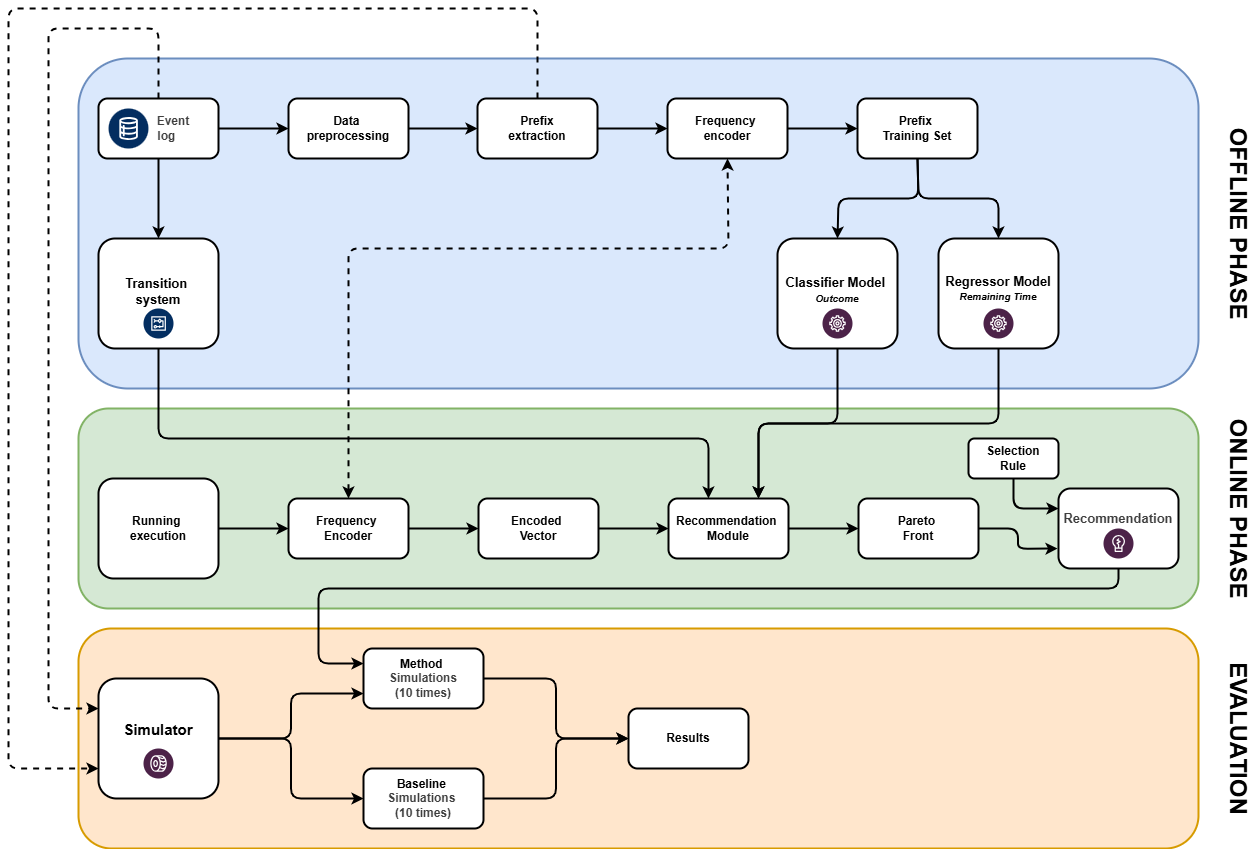
Above: multi_obj/diagramma.drawio.png in danielegelmini/Code (draw.io), before the change. Source tidied: cells renumbered, new cells last; positions are measured from the earlier drawing's top-left corner, leaving out a move shared by most shapes.
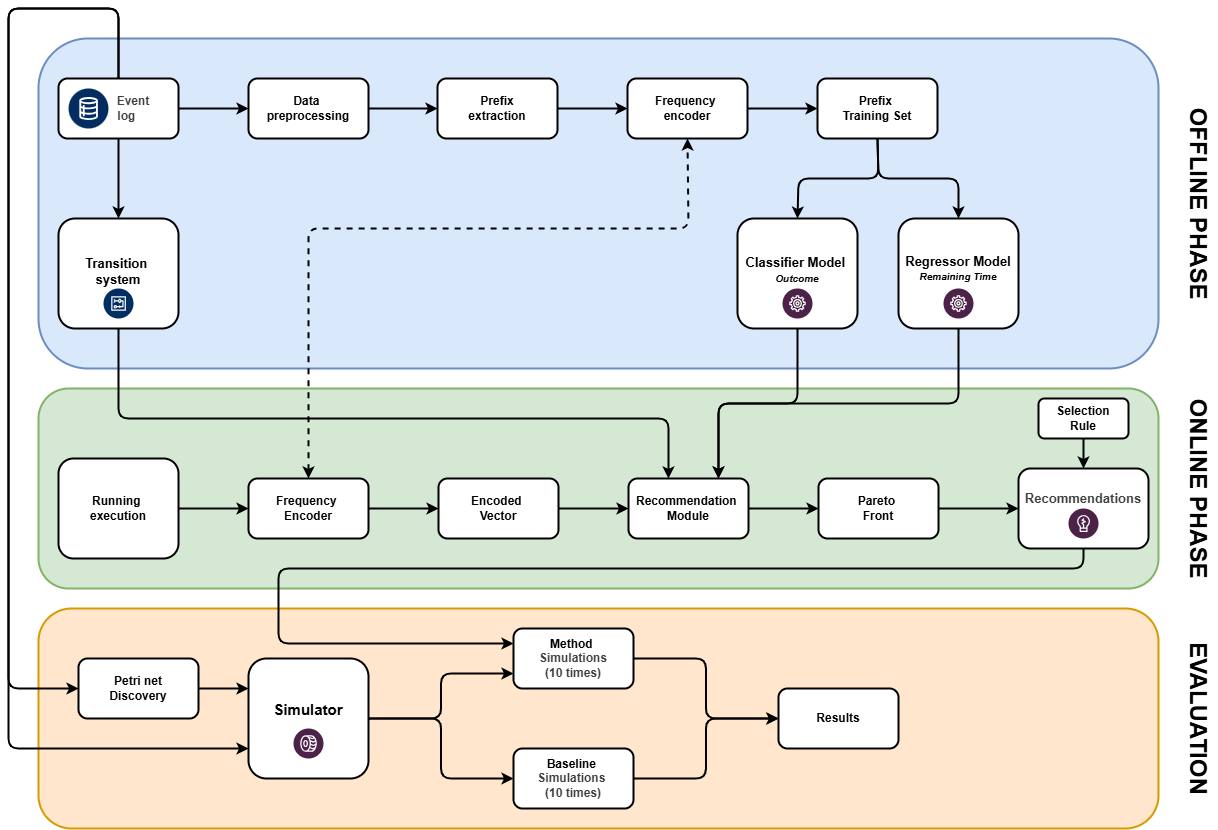
Above is the later version.

What changed in the source:
```diff
@@ -18,22 +18,22 @@
       <mxGeometry relative="1" as="geometry" />
     </mxCell>
     <mxCell id="7" value="&lt;div&gt;&lt;font&gt;&lt;br&gt;&lt;/font&gt;&lt;/div&gt;&lt;div&gt;&lt;font&gt;&lt;br&gt;&lt;/font&gt;&lt;/div&gt;&lt;font&gt;Simulator&lt;/font&gt;" style="rounded=1;whiteSpace=wrap;html=1;flipH=1;flipV=1;direction=east;verticalAlign=top;fontSize=15;fontStyle=1;strokeWidth=2;" parent="1" vertex="1">
-      <mxGeometry x="90" y="670" width="120" height="120" as="geometry" />
+      <mxGeometry x="280" y="670" width="120" height="120" as="geometry" />
     </mxCell>
     <mxCell id="8" style="edgeStyle=orthogonalEdgeStyle;html=1;exitX=1;exitY=0.5;exitDx=0;exitDy=0;entryX=0;entryY=0.5;entryDx=0;entryDy=0;strokeWidth=2;fontStyle=1;" parent="1" edge="1" source="9" target="12">
       <mxGeometry relative="1" as="geometry" />
     </mxCell>
     <mxCell id="9" value="&lt;span style=&quot;scrollbar-color: rgb(226, 226, 226) rgb(251, 251, 251); color: rgb(0, 0, 0);&quot;&gt;&lt;span&gt;Method&amp;nbsp;&lt;/span&gt;&lt;/span&gt;&lt;div style=&quot;scrollbar-color: rgb(226, 226, 226) rgb(251, 251, 251); color: rgb(63, 63, 63);&quot;&gt;&lt;span&gt;Simulations&lt;/span&gt;&lt;/div&gt;&lt;div style=&quot;scrollbar-color: rgb(226, 226, 226) rgb(251, 251, 251); color: rgb(63, 63, 63);&quot;&gt;&lt;span&gt;(10 times)&lt;/span&gt;&lt;/div&gt;" style="rounded=1;whiteSpace=wrap;html=1;flipH=1;flipV=1;direction=east;strokeWidth=2;fontStyle=1;" parent="1" vertex="1">
-      <mxGeometry x="355" y="640" width="120" height="60" as="geometry" />
+      <mxGeometry x="545" y="640" width="120" height="60" as="geometry" />
     </mxCell>
     <mxCell id="10" style="edgeStyle=orthogonalEdgeStyle;html=1;exitX=1;exitY=0.5;exitDx=0;exitDy=0;entryX=0;entryY=0.5;entryDx=0;entryDy=0;strokeWidth=2;fontStyle=1;" parent="1" edge="1" source="11" target="12">
       <mxGeometry relative="1" as="geometry" />
     </mxCell>
     <mxCell id="11" value="&lt;span style=&quot;color: rgb(0, 0, 0);&quot;&gt;&lt;span&gt;Baseline&amp;nbsp;&lt;/span&gt;&lt;/span&gt;&lt;div style=&quot;color: rgb(63, 63, 63); scrollbar-color: rgb(226, 226, 226) rgb(251, 251, 251);&quot;&gt;&lt;span&gt;Simulations&amp;nbsp;&lt;/span&gt;&lt;/div&gt;&lt;div style=&quot;color: rgb(63, 63, 63); scrollbar-color: rgb(226, 226, 226) rgb(251, 251, 251);&quot;&gt;&lt;span&gt;(10 times)&lt;/span&gt;&lt;/div&gt;" style="rounded=1;whiteSpace=wrap;html=1;flipH=1;flipV=1;direction=east;strokeWidth=2;fontStyle=1;" parent="1" vertex="1">
-      <mxGeometry x="355" y="760" width="120" height="60" as="geometry" />
+      <mxGeometry x="545" y="760" width="120" height="60" as="geometry" />
     </mxCell>
     <mxCell id="12" value="Results" style="rounded=1;whiteSpace=wrap;html=1;flipH=1;flipV=1;direction=east;strokeWidth=2;fontStyle=1;" parent="1" vertex="1">
-      <mxGeometry x="620" y="700" width="120" height="60" as="geometry" />
+      <mxGeometry x="810" y="700" width="120" height="60" as="geometry" />
     </mxCell>
     <mxCell id="13" style="edgeStyle=none;html=1;exitX=0.5;exitY=1;exitDx=0;exitDy=0;entryX=0.5;entryY=0;entryDx=0;entryDy=0;strokeWidth=2;fontStyle=1;" parent="1" edge="1" source="15" target="16">
       <mxGeometry relative="1" as="geometry" />
@@ -108,10 +108,8 @@
     <mxCell id="33" value="&lt;span&gt;Recommendation&amp;nbsp;&lt;/span&gt;&lt;div&gt;&lt;span&gt;Module&lt;/span&gt;&lt;/div&gt;" style="rounded=1;whiteSpace=wrap;html=1;strokeWidth=2;fontStyle=1;" parent="1" vertex="1">
       <mxGeometry x="660" y="490" width="120" height="60" as="geometry" />
     </mxCell>
-    <mxCell id="34" style="edgeStyle=orthogonalEdgeStyle;html=1;strokeWidth=2;fontStyle=1;" parent="1" edge="1" source="35">
-      <mxGeometry relative="1" as="geometry">
-        <mxPoint x="1049" y="540" as="targetPoint" />
-      </mxGeometry>
+    <mxCell id="34" style="edgeStyle=orthogonalEdgeStyle;html=1;strokeWidth=2;fontStyle=1;entryX=0;entryY=0.5;entryDx=0;entryDy=0;" parent="1" edge="1" source="35" target="39">
+      <mxGeometry relative="1" as="geometry" />
     </mxCell>
     <mxCell id="35" value="Pareto&amp;nbsp;&lt;div&gt;Front&lt;/div&gt;" style="rounded=1;whiteSpace=wrap;html=1;strokeWidth=2;fontStyle=1;" parent="1" vertex="1">
       <mxGeometry x="850" y="490" width="120" height="60" as="geometry" />
@@ -130,14 +128,14 @@
     <mxCell id="38" style="edgeStyle=orthogonalEdgeStyle;html=1;entryX=0;entryY=0.25;entryDx=0;entryDy=0;exitX=0.5;exitY=1;exitDx=0;exitDy=0;strokeWidth=2;fontStyle=1;" parent="1" edge="1" source="39" target="9">
       <mxGeometry relative="1" as="geometry">
         <Array as="points">
-          <mxPoint x="1110" y="580" />
+          <mxPoint x="1115" y="580" />
           <mxPoint x="310" y="580" />
           <mxPoint x="310" y="655" />
         </Array>
       </mxGeometry>
     </mxCell>
-    <mxCell id="39" value="&lt;div&gt;&lt;br&gt;&lt;/div&gt;&lt;div&gt;&lt;span style=&quot;background-color: transparent; color: rgb(63, 63, 63);&quot;&gt;Recommendation&lt;/span&gt;&lt;/div&gt;" style="rounded=1;whiteSpace=wrap;html=1;fontStyle=1;verticalAlign=top;fontSize=13;strokeWidth=2;" parent="1" vertex="1">
-      <mxGeometry x="1050" y="480" width="120" height="80" as="geometry" />
+    <mxCell id="39" value="&lt;div&gt;&lt;br&gt;&lt;/div&gt;&lt;div&gt;&lt;span style=&quot;background-color: transparent; color: rgb(63, 63, 63);&quot;&gt;Recommendations&lt;/span&gt;&lt;/div&gt;" style="rounded=1;whiteSpace=wrap;html=1;fontStyle=1;verticalAlign=top;fontSize=13;strokeWidth=2;" parent="1" vertex="1">
+      <mxGeometry x="1050" y="480" width="130" height="80" as="geometry" />
     </mxCell>
     <mxCell id="40" style="endArrow=classic;startArrow=classic;html=1;dashed=1;exitX=0.5;exitY=0;exitDx=0;exitDy=0;entryX=0.5;entryY=1;entryDx=0;entryDy=0;strokeWidth=2;fontStyle=1;" parent="1" edge="1" source="29" target="20">
       <mxGeometry relative="1" as="geometry">
@@ -147,11 +145,16 @@
         </Array>
       </mxGeometry>
     </mxCell>
-    <mxCell id="41" style="edgeStyle=orthogonalEdgeStyle;html=1;exitX=0.5;exitY=1;exitDx=0;exitDy=0;strokeWidth=2;fontStyle=1;entryX=0;entryY=0.25;entryDx=0;entryDy=0;" parent="1" edge="1" source="42" target="39">
-      <mxGeometry relative="1" as="geometry" />
+    <mxCell id="41" style="edgeStyle=orthogonalEdgeStyle;html=1;exitX=0.5;exitY=1;exitDx=0;exitDy=0;strokeWidth=2;fontStyle=1;entryX=0.5;entryY=0;entryDx=0;entryDy=0;" parent="1" edge="1" source="42" target="39">
+      <mxGeometry relative="1" as="geometry">
+        <Array as="points">
+          <mxPoint x="1115" y="470" />
+          <mxPoint x="1115" y="470" />
+        </Array>
+      </mxGeometry>
     </mxCell>
     <mxCell id="42" value="Selection&lt;div&gt;Rule&lt;/div&gt;" style="rounded=1;whiteSpace=wrap;html=1;strokeWidth=2;fontStyle=1;" parent="1" vertex="1">
-      <mxGeometry x="960" y="430" width="90" height="40" as="geometry" />
+      <mxGeometry x="1070" y="410" width="90" height="40" as="geometry" />
     </mxCell>
     <mxCell id="43" value="OFFLINE PHASE" style="text;strokeColor=none;fillColor=none;html=1;fontSize=24;fontStyle=1;verticalAlign=middle;align=center;rotation=90;strokeWidth=2;" parent="1" vertex="1">
       <mxGeometry x="1180" y="195" width="100" height="40" as="geometry" />
@@ -168,7 +171,7 @@
     <mxCell id="47" style="endArrow=classic;html=1;exitX=0.5;exitY=1;exitDx=0;exitDy=0;entryX=0.75;entryY=0;entryDx=0;entryDy=0;strokeWidth=2;fontStyle=1;edgeStyle=orthogonalEdgeStyle;" parent="1" edge="1" source="25" target="33">
       <mxGeometry relative="1" as="geometry" />
     </mxCell>
-    <mxCell id="48" style="endArrow=classic;html=1;exitX=0.5;exitY=0;exitDx=0;exitDy=0;dashed=1;entryX=0;entryY=0.25;entryDx=0;entryDy=0;strokeWidth=2;fontStyle=1;" parent="1" edge="1" source="15" target="7">
+    <mxCell id="48" style="endArrow=classic;html=1;exitX=0.5;exitY=0;exitDx=0;exitDy=0;entryX=0;entryY=0.5;entryDx=0;entryDy=0;strokeWidth=2;fontStyle=1;" parent="1" edge="1" source="15" target="58">
       <mxGeometry relative="1" as="geometry">
         <Array as="points">
           <mxPoint x="150" y="20" />
@@ -180,15 +183,6 @@
     <mxCell id="49" value="EVALUATION" style="text;strokeColor=none;fillColor=none;html=1;fontSize=24;fontStyle=1;verticalAlign=middle;align=center;rotation=90;strokeWidth=2;" parent="1" vertex="1">
       <mxGeometry x="1180" y="710" width="100" height="40" as="geometry" />
     </mxCell>
-    <mxCell id="50" style="endArrow=classic;html=1;exitX=0.5;exitY=0;exitDx=0;exitDy=0;dashed=1;strokeWidth=2;fontStyle=1;edgeStyle=orthogonalEdgeStyle;entryX=0;entryY=0.75;entryDx=0;entryDy=0;" parent="1" edge="1" source="18" target="7">
-      <mxGeometry relative="1" as="geometry">
-        <Array as="points">
-          <mxPoint x="529" />
-          <mxPoint />
-          <mxPoint y="760" />
-        </Array>
-      </mxGeometry>
-    </mxCell>
     <mxCell id="51" style="verticalLabelPosition=bottom;html=1;shape=mxgraph.salesforce.data2;verticalAlign=middle;strokeWidth=2;fontStyle=1;" parent="1" vertex="1">
       <mxGeometry x="100" y="100" width="40" height="40" as="geometry" />
     </mxCell>
@@ -199,13 +193,30 @@
       <mxGeometry x="975" y="300" width="30" height="30" as="geometry" />
     </mxCell>
     <mxCell id="54" style="verticalLabelPosition=bottom;html=1;shape=mxgraph.salesforce.automotive2;strokeWidth=2;fontStyle=1;" parent="1" vertex="1">
-      <mxGeometry x="135" y="740" width="30" height="30" as="geometry" />
+      <mxGeometry x="325" y="740" width="30" height="30" as="geometry" />
     </mxCell>
     <mxCell id="55" style="verticalLabelPosition=bottom;html=1;shape=mxgraph.salesforce.energy2;strokeWidth=2;fontStyle=1;" parent="1" vertex="1">
-      <mxGeometry x="1095" y="520" width="30" height="30" as="geometry" />
+      <mxGeometry x="1100" y="520" width="30" height="30" as="geometry" />
     </mxCell>
     <mxCell id="56" style="verticalLabelPosition=bottom;html=1;shape=mxgraph.salesforce.workflow2;strokeWidth=2;fontStyle=1;" parent="1" vertex="1">
       <mxGeometry x="135" y="300" width="30" height="30" as="geometry" />
     </mxCell>
+    <mxCell id="57" style="html=1;exitX=1;exitY=0.5;exitDx=0;exitDy=0;entryX=0;entryY=0.25;entryDx=0;entryDy=0;edgeStyle=orthogonalEdgeStyle;strokeWidth=2;" parent="1" edge="1" source="58" target="7">
+      <mxGeometry relative="1" as="geometry" />
+    </mxCell>
+    <mxCell id="58" value="Petri net&lt;div&gt;Discovery&lt;/div&gt;" style="rounded=1;whiteSpace=wrap;html=1;strokeWidth=2;fontStyle=1;" parent="1" vertex="1">
+      <mxGeometry x="110" y="670" width="120" height="60" as="geometry" />
+    </mxCell>
+    <mxCell id="59" style="endArrow=classic;html=1;entryX=0;entryY=0.75;entryDx=0;entryDy=0;strokeWidth=2;fontStyle=1;" parent="1" edge="1" target="7">
+      <mxGeometry relative="1" as="geometry">
+        <mxPoint x="150" y="90" as="sourcePoint" />
+        <Array as="points">
+          <mxPoint x="150" y="60" />
+          <mxPoint x="150" y="20" />
+          <mxPoint x="40" y="20" />
+          <mxPoint x="40" y="760" />
+        </Array>
+      </mxGeometry>
+    </mxCell>
   </root>
 </mxGraphModel>
```
